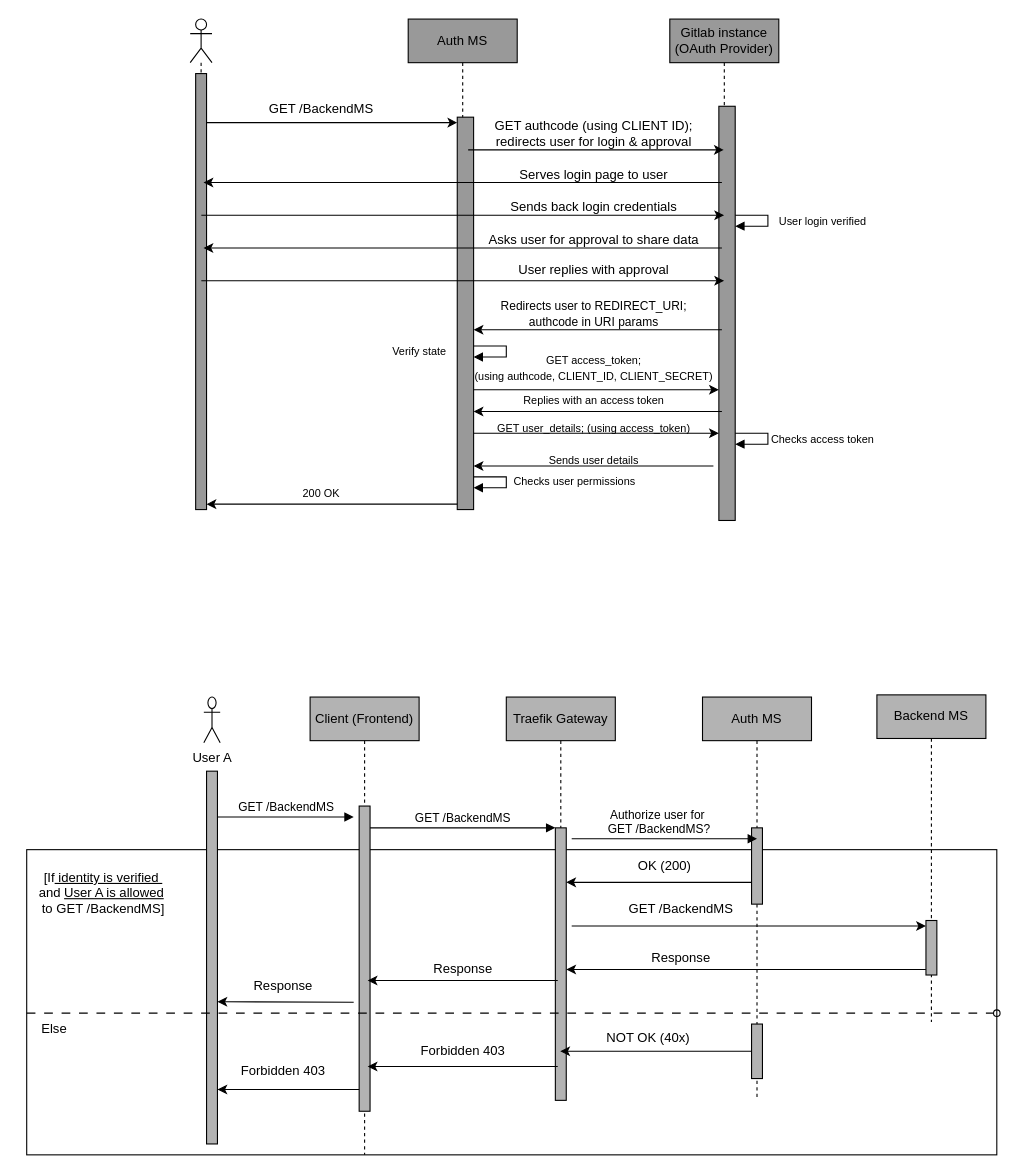
This is docs/developer/oauth/AUTHMS.drawio from INTO-CPS-Association/DTaaS, a draw.io file, before an edit. Source tidied: cells renumbered, new cells numbered last; positions are measured from the earlier drawing's top-left corner, leaving out a move shared by most shapes. Both pictures are drawn from the tidied source at 109%, with x=0, y=0 at pixel (26, 19).
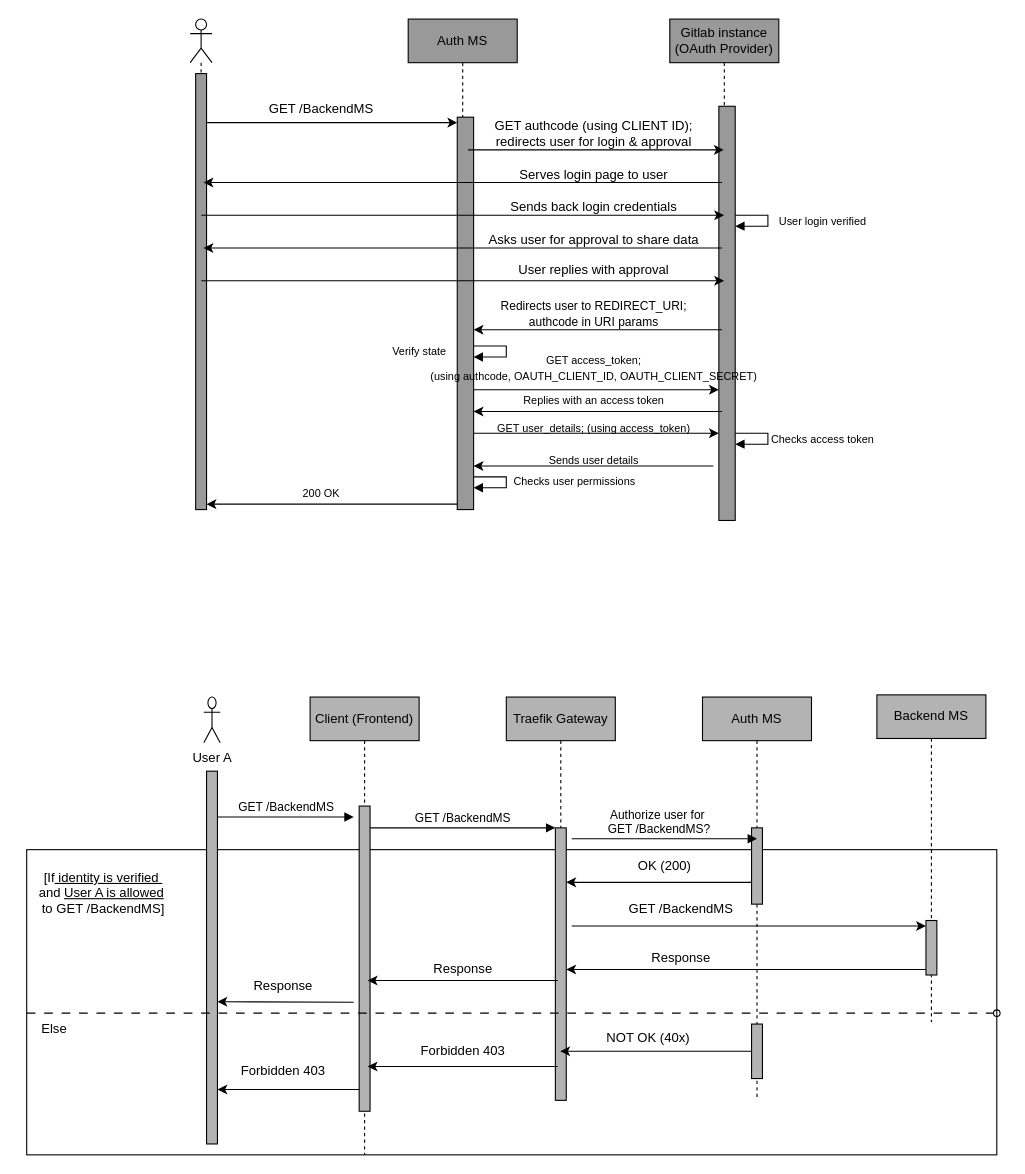
The same diagram, later.

Commit message (it also covers changes not shown here):
Add `OAUTH_` prefix to auth variables

The edit, as a diff of the source:
```diff
@@
-    <mxCell id="33" value="&lt;font style=&quot;font-size: 10px;&quot;&gt;GET access_token;&lt;/font&gt;&lt;div&gt;&lt;font style=&quot;font-size: 10px;&quot;&gt;(using authcode, CLIENT_ID, CLIENT_SECRET)&lt;/font&gt;&lt;/div&gt;" style="text;html=1;align=center;verticalAlign=middle;strokeColor=none;fillColor=none;" parent="1" vertex="1">
+    <mxCell id="33" value="&lt;font style=&quot;font-size: 10px;&quot;&gt;GET access_token;&lt;/font&gt;&lt;div&gt;&lt;font style=&quot;font-size: 10px;&quot;&gt;(using authcode, OAUTH_CLIENT_ID, OAUTH_CLIENT_SECRET)&lt;/font&gt;&lt;/div&gt;" style="text;html=1;align=center;verticalAlign=middle;strokeColor=none;fillColor=none;" parent="1" vertex="1">
       <mxGeometry x="400" y="300" width="240" height="40" as="geometry" />
     </mxCell>
```
